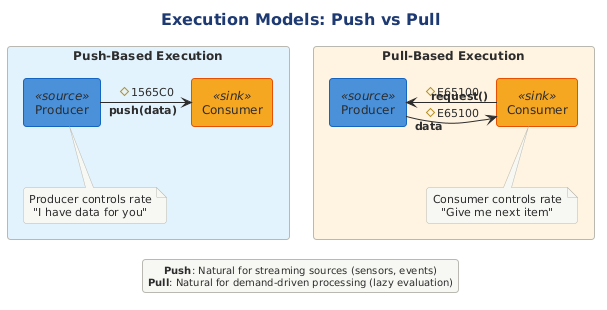
Notoriousjayy/latex-docs keeps this PlantUML diagram as src/architecture/views-and-beyond/style-catalogs/component-and-connector/pipe-and-filter-style/png/execution-models-push-vs-pull.png. Above is the earlier version. The source it was exported from:
```plantuml
@startuml

!$SOURCE_COLOR = "#4A90D9"
!$TRANSFORMER_COLOR = "#7CB342"
!$SINK_COLOR = "#F5A623"
!$SPLITTER_COLOR = "#00ACC1"
!$AGGREGATOR_COLOR = "#AB47BC"
!$ERROR_COLOR = "#EF5350"
!$TEE_COLOR = "#FF7043"
!$NEUTRAL_COLOR = "#455A64"

skinparam component {
    BackgroundColor #7CB342
    FontColor white
    BorderColor #558B2F
    BorderThickness 1
}

skinparam component<<source>> {
    BackgroundColor #4A90D9
    BorderColor #1565C0
}

skinparam component<<sink>> {
    BackgroundColor #F5A623
    BorderColor #E65100
}

skinparam component<<transformer>> {
    BackgroundColor #7CB342
    BorderColor #558B2F
}

skinparam component<<splitter>> {
    BackgroundColor #00ACC1
    BorderColor #00838F
}

skinparam component<<aggregator>> {
    BackgroundColor #AB47BC
    BorderColor #7B1FA2
}

skinparam component<<error>> {
    BackgroundColor #EF5350
    BorderColor #C62828
}

skinparam component<<tee>> {
    BackgroundColor #FF7043
    BorderColor #D84315
}

skinparam rectangle {
    BackgroundColor #FAFAFA
    BorderColor #90A4AE
    BorderThickness 1
}

skinparam package {
    BackgroundColor #F5F5F5
    BorderColor #666666
}

skinparam queue {
    BackgroundColor #FFF9C4
    BorderColor #F9A825
}




!include ../../../../../../tooling/styles/plantuml/structural/component-diagram-style.iuml

title Execution Models: Push vs Pull

rectangle "Push-Based Execution" #E3F2FD {
    component "Producer" as PushProd <<source>>
    component "Consumer" as PushCons <<sink>>

    PushProd -right-> PushCons : "**push(data)**" #1565C0

    note bottom of PushProd
        Producer controls rate
        "I have data for you"
    end note
}

rectangle "Pull-Based Execution" #FFF3E0 {
    component "Producer" as PullProd <<source>>
    component "Consumer" as PullCons <<sink>>

    PullCons -left-> PullProd : "**request()**" #E65100
    PullProd -right-> PullCons : "**data**" #E65100

    note bottom of PullCons
        Consumer controls rate
        "Give me next item"
    end note
}

legend bottom
    **Push**: Natural for streaming sources (sensors, events)
    **Pull**: Natural for demand-driven processing (lazy evaluation)
endlegend

@enduml
```
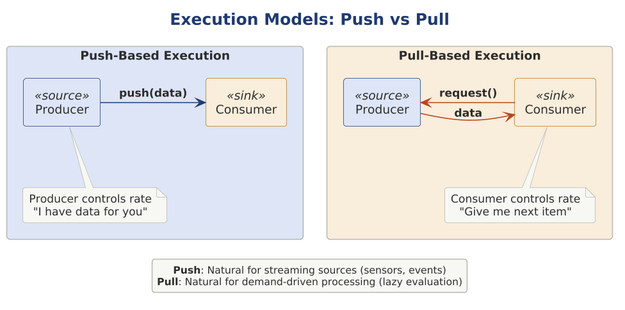
The same file after the commit.

Change to the diagram source:
```diff
@@ -1,98 +1,28 @@
 @startuml
-
-!$SOURCE_COLOR = "#4A90D9"
-!$TRANSFORMER_COLOR = "#7CB342"
-!$SINK_COLOR = "#F5A623"
-!$SPLITTER_COLOR = "#00ACC1"
-!$AGGREGATOR_COLOR = "#AB47BC"
-!$ERROR_COLOR = "#EF5350"
-!$TEE_COLOR = "#FF7043"
-!$NEUTRAL_COLOR = "#455A64"
-
-skinparam component {
-    BackgroundColor #7CB342
-    FontColor white
-    BorderColor #558B2F
-    BorderThickness 1
-}
-
-skinparam component<<source>> {
-    BackgroundColor #4A90D9
-    BorderColor #1565C0
-}
-
-skinparam component<<sink>> {
-    BackgroundColor #F5A623
-    BorderColor #E65100
-}
-
-skinparam component<<transformer>> {
-    BackgroundColor #7CB342
-    BorderColor #558B2F
-}
-
-skinparam component<<splitter>> {
-    BackgroundColor #00ACC1
-    BorderColor #00838F
-}
-
-skinparam component<<aggregator>> {
-    BackgroundColor #AB47BC
-    BorderColor #7B1FA2
-}
-
-skinparam component<<error>> {
-    BackgroundColor #EF5350
-    BorderColor #C62828
-}
-
-skinparam component<<tee>> {
-    BackgroundColor #FF7043
-    BorderColor #D84315
-}
-
-skinparam rectangle {
-    BackgroundColor #FAFAFA
-    BorderColor #90A4AE
-    BorderThickness 1
-}
-
-skinparam package {
-    BackgroundColor #F5F5F5
-    BorderColor #666666
-}
-
-skinparam queue {
-    BackgroundColor #FFF9C4
-    BorderColor #F9A825
-}
-
-
-
+skinparam dpi 150
 
 !include ../../../../../../tooling/styles/plantuml/structural/component-diagram-style.iuml
+!include pipe-and-filter-roles.iuml
 
 title Execution Models: Push vs Pull
 
-rectangle "Push-Based Execution" #E3F2FD {
+rectangle "Push-Based Execution" $fill_primary {
     component "Producer" as PushProd <<source>>
     component "Consumer" as PushCons <<sink>>
 
-    PushProd -right-> PushCons : "**push(data)**" #1565C0
-
+    PushProd -[$line_primary]right-> PushCons : "**push(data)**"
     note bottom of PushProd
         Producer controls rate
         "I have data for you"
     end note
 }
 
-rectangle "Pull-Based Execution" #FFF3E0 {
+rectangle "Pull-Based Execution" $fill_caution {
     component "Producer" as PullProd <<source>>
     component "Consumer" as PullCons <<sink>>
 
-    PullCons -left-> PullProd : "**request()**" #E65100
-    PullProd -right-> PullCons : "**data**" #E65100
-
+    PullCons -[$line_invalid]left-> PullProd : "**request()**"
+    PullProd -[$line_invalid]right-> PullCons : "**data**"
     note bottom of PullCons
         Consumer controls rate
         "Give me next item"
```
